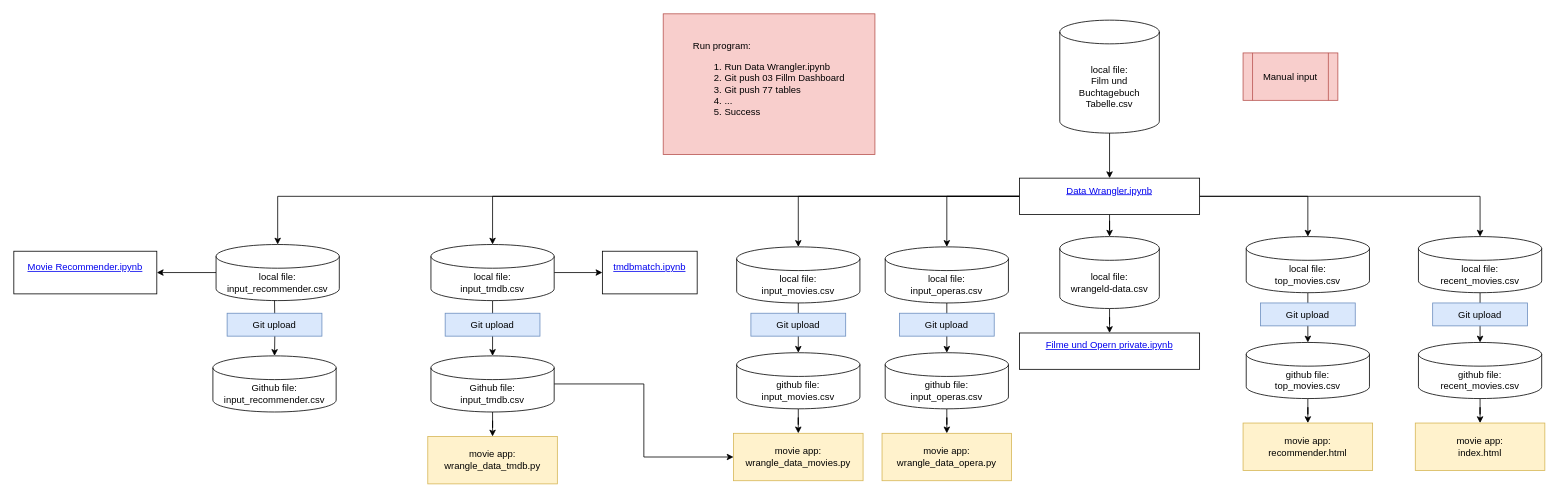
This is movie opera diary.drawio from muellermax/app.diagrams.net-data, a draw.io file, before an edit. Source tidied: cells renumbered, new cells numbered last; positions are measured from the earlier drawing's top-left corner, leaving out a move shared by most shapes. Both pictures are drawn from the tidied source at 79%, with x=0, y=0 at pixel (13, 13).
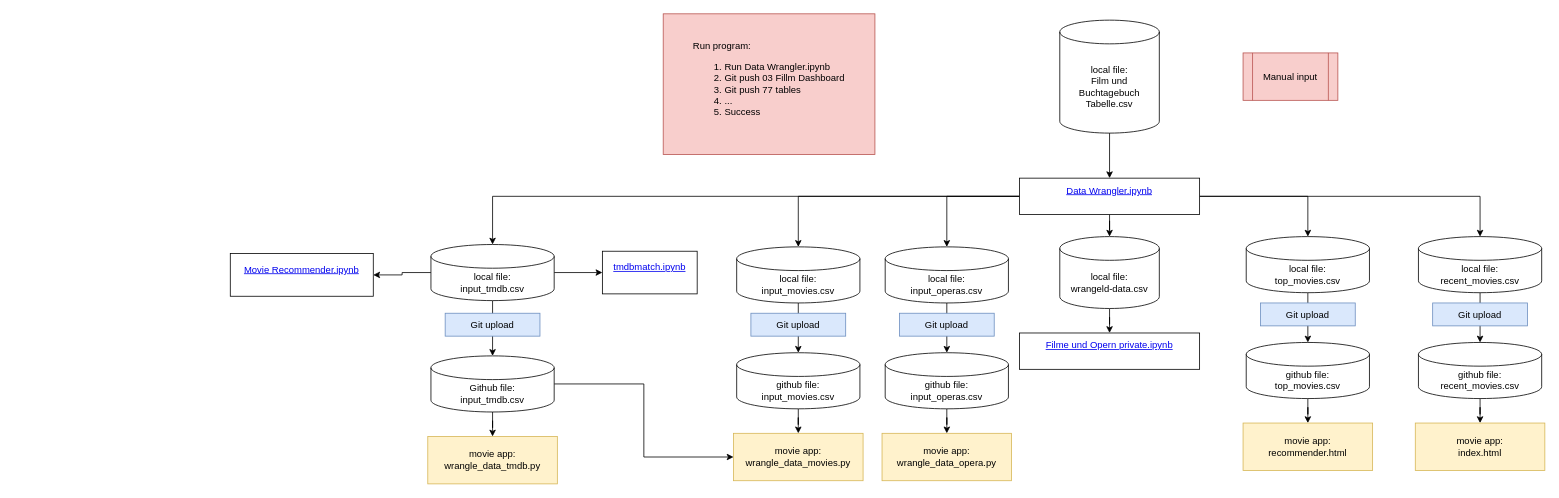
The same diagram, later.

The change refers to these unchanged cells:
```xml
<mxCell id="21" value="&lt;div&gt;local file: &lt;br&gt;&lt;/div&gt;&lt;div&gt;input_tmdb.csv&lt;/div&gt;" style="shape=cylinder3;whiteSpace=wrap;html=1;boundedLbl=1;backgroundOutline=1;size=15;" parent="1" vertex="1">
  <mxGeometry x="528" y="292" width="156" height="71" as="geometry" />
</mxCell>
<mxCell id="48" value="&#10;&lt;a class=&quot;item_link&quot; href=&quot;http://localhost:8888/notebooks/01%20Filmprojekt/Data%20Wrangler.ipynb&quot; target=&quot;_blank&quot;&gt;&lt;span class=&quot;item_name&quot;&gt;Data Wrangler.ipynb&lt;/span&gt;&lt;/a&gt;&#10;&#10;" style="rounded=0;whiteSpace=wrap;html=1;" parent="1" vertex="1">
  <mxGeometry x="1273" y="208" width="228" height="46" as="geometry" />
</mxCell>
```

What changed in the source:
```diff
@@
+    <mxCell id="56" style="edgeStyle=orthogonalEdgeStyle;rounded=0;jettySize=auto;html=1;entryX=1;entryY=0.5;entryDx=0;entryDy=0;" parent="1" edge="1" source="21" target="39">
+      <mxGeometry relative="1" as="geometry" />
+    </mxCell>
@@
     <mxCell id="39" value="&#10;&lt;a class=&quot;item_link&quot; href=&quot;http://localhost:8888/notebooks/01%20Filmprojekt/Movie%20Recommender.ipynb&quot; target=&quot;_blank&quot;&gt;&lt;span class=&quot;item_name&quot;&gt;Movie Recommender.ipynb&lt;/span&gt;&lt;/a&gt;&#10;&#10;" style="rounded=0;whiteSpace=wrap;html=1;" parent="1" vertex="1">
-      <mxGeometry y="300.5" width="181" height="54" as="geometry" />
+      <mxGeometry x="274" y="303.5" width="181" height="54" as="geometry" />
     </mxCell>
@@
-    <mxCell id="47" style="edgeStyle=orthogonalEdgeStyle;rounded=0;jettySize=auto;html=1;entryX=0.5;entryY=0;entryDx=0;entryDy=0;entryPerimeter=0;" parent="1" edge="1" source="48" target="52">
-      <mxGeometry relative="1" as="geometry" />
-    </mxCell>
@@
-    <mxCell id="51" style="edgeStyle=orthogonalEdgeStyle;rounded=0;jettySize=auto;html=1;entryX=1;entryY=0.5;entryDx=0;entryDy=0;" parent="1" edge="1" source="52" target="39">
-      <mxGeometry relative="1" as="geometry" />
-    </mxCell>
-    <mxCell id="52" value="&lt;div&gt;local file: &lt;br&gt;&lt;/div&gt;&lt;div&gt;input_recommender.csv&lt;/div&gt;" style="shape=cylinder3;whiteSpace=wrap;html=1;boundedLbl=1;backgroundOutline=1;size=15;" parent="1" vertex="1">
-      <mxGeometry x="256" y="292" width="156" height="71" as="geometry" />
-    </mxCell>
-    <mxCell id="53" style="edgeStyle=orthogonalEdgeStyle;rounded=0;jettySize=auto;html=1;entryX=0.5;entryY=0;entryDx=0;entryDy=0;entryPerimeter=0;" parent="1" edge="1" target="54">
-      <mxGeometry relative="1" as="geometry">
-        <mxPoint x="330" y="363" as="sourcePoint" />
-      </mxGeometry>
-    </mxCell>
-    <mxCell id="54" value="&lt;div&gt;Github file: &lt;br&gt;&lt;/div&gt;&lt;div&gt;input_recommender.csv&lt;/div&gt;" style="shape=cylinder3;whiteSpace=wrap;html=1;boundedLbl=1;backgroundOutline=1;size=15;" parent="1" vertex="1">
-      <mxGeometry x="252" y="433" width="156" height="71" as="geometry" />
-    </mxCell>
-    <mxCell id="55" value="Git upload" style="rounded=0;whiteSpace=wrap;html=1;fillColor=#dae8fc;strokeColor=#6c8ebf;" parent="1" vertex="1">
-      <mxGeometry x="270" y="379" width="120" height="29" as="geometry" />
-    </mxCell>
```
